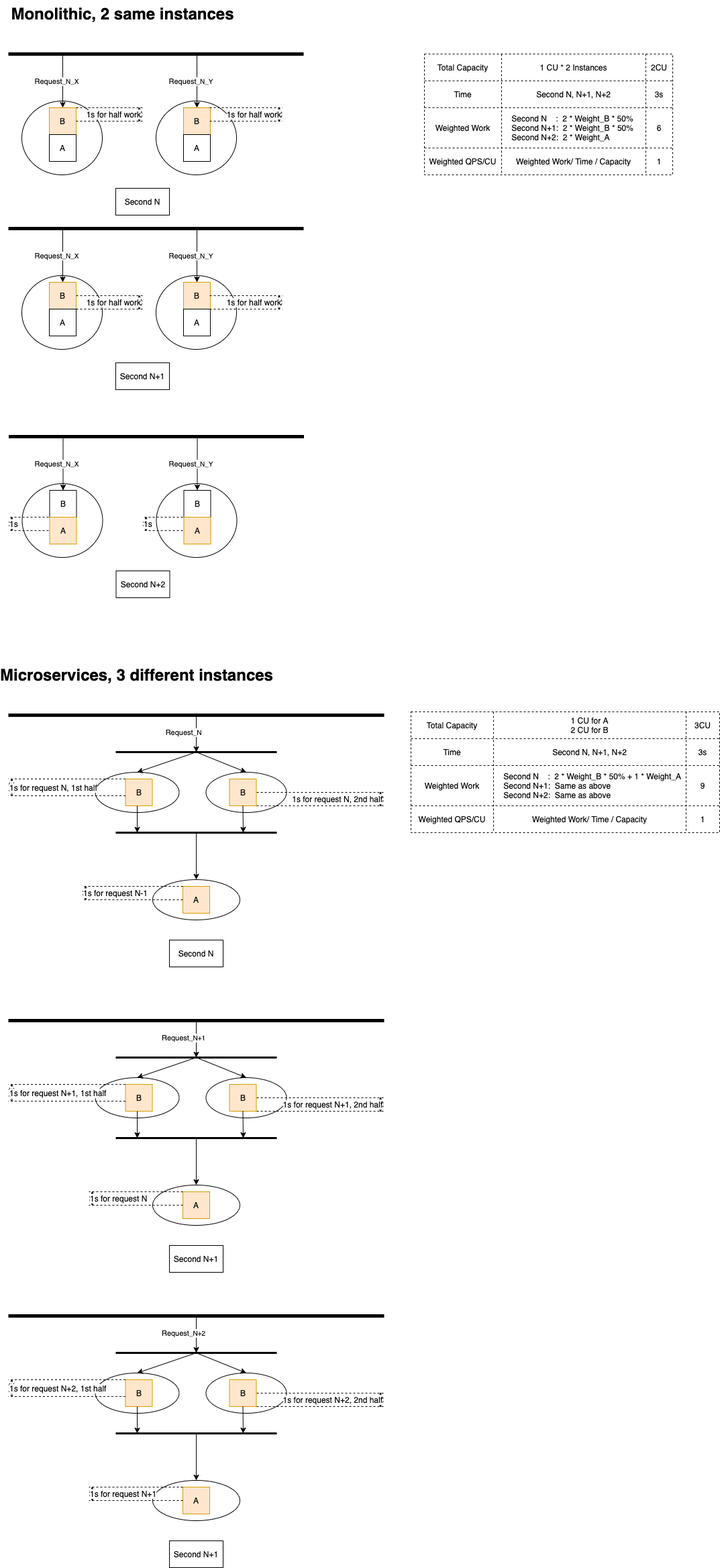
Before: 2021-11-how-independent-scaling-helps-with-performance/with-dep/b-calls-a.drawio.png, a diagram exported from draw.io (chenjianjx/cjx-diagrams). Source tidied: cells renumbered, new cells last; positions are measured from the earlier drawing's top-left corner, leaving out a move shared by most shapes.
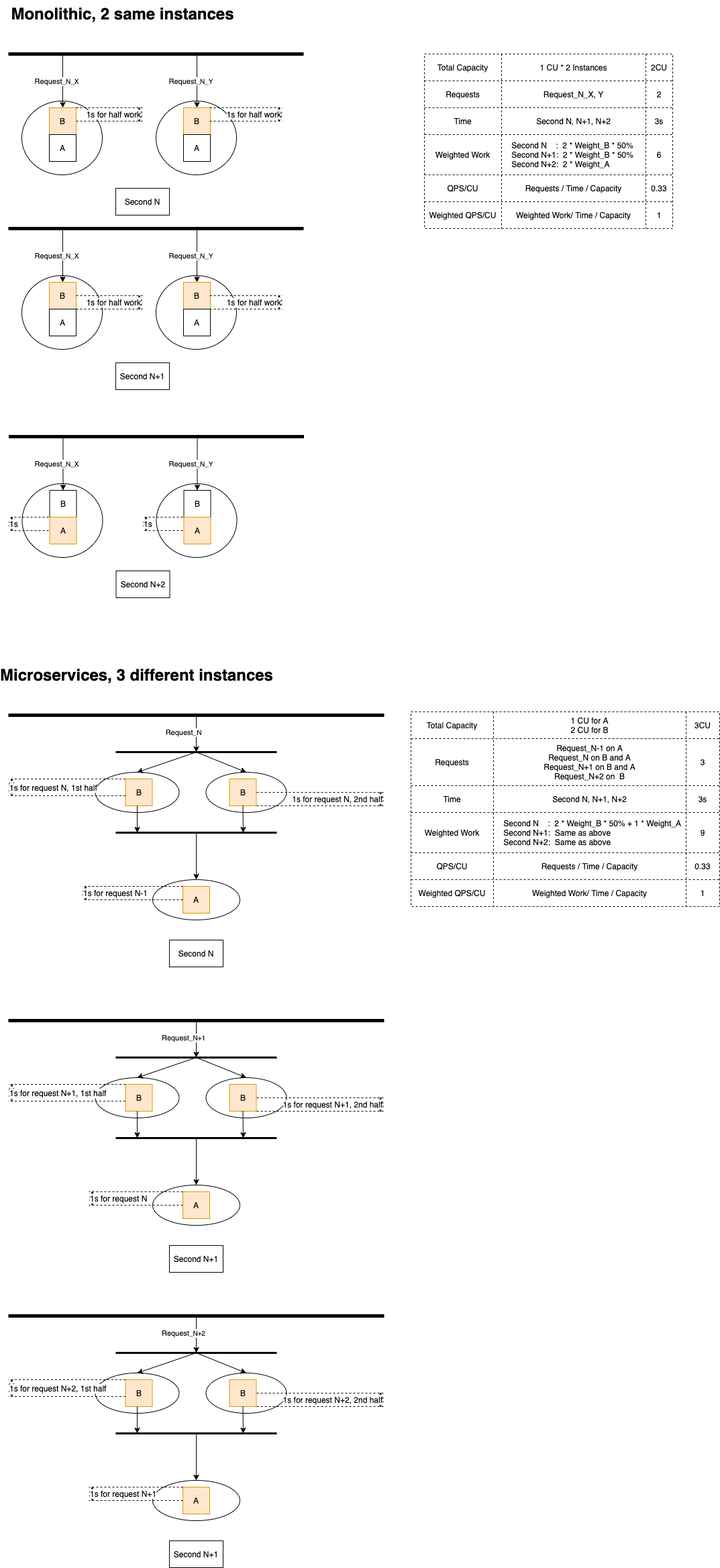
After the commit.

Commit message:
Add QPS for with-dep

Change to the diagram source:
```diff
@@ -40,7 +40,7 @@
       </mxGeometry>
     </mxCell>
     <mxCell id="11" style="shape=table;html=1;whiteSpace=wrap;startSize=0;dashed=1;verticalAlign=bottom;" parent="1" vertex="1">
-      <mxGeometry x="620" y="80" width="370" height="180" as="geometry" />
+      <mxGeometry x="620" y="80" width="370" height="260" as="geometry" />
     </mxCell>
     <mxCell id="12" style="shape=partialRectangle;html=1;whiteSpace=wrap;fillColor=none;top=0;left=0;bottom=0;right=0;" parent="11" vertex="1">
       <mxGeometry width="370" height="40" as="geometry" />
@@ -54,8 +54,20 @@
     <mxCell id="15" value="2CU" style="shape=partialRectangle;html=1;whiteSpace=wrap;fillColor=none;top=0;left=0;bottom=0;right=0;overflow=hidden;" parent="12" vertex="1">
       <mxGeometry x="330" width="40" height="40" as="geometry" />
     </mxCell>
+    <mxCell id="149" style="shape=partialRectangle;html=1;whiteSpace=wrap;fillColor=none;top=0;left=0;bottom=0;right=0;" parent="11" vertex="1">
+      <mxGeometry y="40" width="370" height="40" as="geometry" />
+    </mxCell>
+    <mxCell id="150" value="Requests" style="shape=partialRectangle;html=1;whiteSpace=wrap;fillColor=none;top=0;left=0;bottom=0;right=0;overflow=hidden;" parent="149" vertex="1">
+      <mxGeometry width="115" height="40" as="geometry" />
+    </mxCell>
+    <mxCell id="151" value="&lt;span&gt;Request_N_X, Y&lt;/span&gt;" style="shape=partialRectangle;html=1;whiteSpace=wrap;fillColor=none;top=0;left=0;bottom=0;right=0;overflow=hidden;" parent="149" vertex="1">
+      <mxGeometry x="115" width="215" height="40" as="geometry" />
+    </mxCell>
+    <mxCell id="152" value="2" style="shape=partialRectangle;html=1;whiteSpace=wrap;fillColor=none;top=0;left=0;bottom=0;right=0;overflow=hidden;" parent="149" vertex="1">
+      <mxGeometry x="330" width="40" height="40" as="geometry" />
+    </mxCell>
     <mxCell id="16" style="shape=partialRectangle;html=1;whiteSpace=wrap;fillColor=none;top=0;left=0;bottom=0;right=0;" parent="11" vertex="1">
-      <mxGeometry y="40" width="370" height="40" as="geometry" />
+      <mxGeometry y="80" width="370" height="40" as="geometry" />
     </mxCell>
     <mxCell id="17" value="Time" style="shape=partialRectangle;html=1;whiteSpace=wrap;fillColor=none;top=0;left=0;bottom=0;right=0;overflow=hidden;" parent="16" vertex="1">
       <mxGeometry width="115" height="40" as="geometry" />
@@ -67,7 +79,7 @@
       <mxGeometry x="330" width="40" height="40" as="geometry" />
     </mxCell>
     <mxCell id="20" style="shape=partialRectangle;html=1;whiteSpace=wrap;fillColor=none;top=0;left=0;bottom=0;right=0;" parent="11" vertex="1">
-      <mxGeometry y="80" width="370" height="60" as="geometry" />
+      <mxGeometry y="120" width="370" height="60" as="geometry" />
     </mxCell>
     <mxCell id="21" value="Weighted Work" style="shape=partialRectangle;html=1;whiteSpace=wrap;fillColor=none;top=0;left=0;bottom=0;right=0;overflow=hidden;" parent="20" vertex="1">
       <mxGeometry width="115" height="60" as="geometry" />
@@ -78,8 +90,20 @@
     <mxCell id="23" value="6" style="shape=partialRectangle;html=1;whiteSpace=wrap;fillColor=none;top=0;left=0;bottom=0;right=0;overflow=hidden;" parent="20" vertex="1">
       <mxGeometry x="330" width="40" height="60" as="geometry" />
     </mxCell>
+    <mxCell id="153" style="shape=partialRectangle;html=1;whiteSpace=wrap;fillColor=none;top=0;left=0;bottom=0;right=0;" parent="11" vertex="1">
+      <mxGeometry y="180" width="370" height="40" as="geometry" />
+    </mxCell>
+    <mxCell id="154" value="&lt;span&gt;QPS/CU&lt;/span&gt;" style="shape=partialRectangle;html=1;whiteSpace=wrap;fillColor=none;top=0;left=0;bottom=0;right=0;overflow=hidden;" parent="153" vertex="1">
+      <mxGeometry width="115" height="40" as="geometry" />
+    </mxCell>
+    <mxCell id="155" value="&lt;span&gt;Requests / Time / Capacity&lt;/span&gt;" style="shape=partialRectangle;html=1;whiteSpace=wrap;fillColor=none;top=0;left=0;bottom=0;right=0;overflow=hidden;" parent="153" vertex="1">
+      <mxGeometry x="115" width="215" height="40" as="geometry" />
+    </mxCell>
+    <mxCell id="156" value="&lt;span&gt;0.33&lt;/span&gt;" style="shape=partialRectangle;html=1;whiteSpace=wrap;fillColor=none;top=0;left=0;bottom=0;right=0;overflow=hidden;" parent="153" vertex="1">
+      <mxGeometry x="330" width="40" height="40" as="geometry" />
+    </mxCell>
     <mxCell id="24" style="shape=partialRectangle;html=1;whiteSpace=wrap;fillColor=none;top=0;left=0;bottom=0;right=0;" parent="11" vertex="1">
-      <mxGeometry y="140" width="370" height="40" as="geometry" />
+      <mxGeometry y="220" width="370" height="40" as="geometry" />
     </mxCell>
     <mxCell id="25" value="Weighted QPS/CU" style="shape=partialRectangle;html=1;whiteSpace=wrap;fillColor=none;top=0;left=0;bottom=0;right=0;overflow=hidden;" parent="24" vertex="1">
       <mxGeometry width="115" height="40" as="geometry" />
@@ -226,7 +250,7 @@
       <mxGeometry x="240" y="1400" width="80" height="40" as="geometry" />
     </mxCell>
     <mxCell id="63" style="shape=table;html=1;whiteSpace=wrap;startSize=0;dashed=1;verticalAlign=bottom;" parent="1" vertex="1">
-      <mxGeometry x="600" y="1060" width="460" height="180" as="geometry" />
+      <mxGeometry x="600" y="1060" width="460" height="290" as="geometry" />
     </mxCell>
     <mxCell id="64" style="shape=partialRectangle;html=1;whiteSpace=wrap;fillColor=none;top=0;left=0;bottom=0;right=0;" parent="63" vertex="1">
       <mxGeometry width="460" height="40" as="geometry" />
@@ -240,8 +264,20 @@
     <mxCell id="67" value="3CU" style="shape=partialRectangle;html=1;whiteSpace=wrap;fillColor=none;top=0;left=0;bottom=0;right=0;overflow=hidden;" parent="64" vertex="1">
       <mxGeometry x="410" width="50" height="40" as="geometry" />
     </mxCell>
+    <mxCell id="157" style="shape=partialRectangle;html=1;whiteSpace=wrap;fillColor=none;top=0;left=0;bottom=0;right=0;" parent="63" vertex="1">
+      <mxGeometry y="40" width="460" height="70" as="geometry" />
+    </mxCell>
+    <mxCell id="158" value="Requests" style="shape=partialRectangle;html=1;whiteSpace=wrap;fillColor=none;top=0;left=0;bottom=0;right=0;overflow=hidden;" parent="157" vertex="1">
+      <mxGeometry width="123" height="70" as="geometry" />
+    </mxCell>
+    <mxCell id="159" value="Request_N-1 on A&lt;span&gt;&lt;br&gt;Request_N on B and A&lt;/span&gt;&lt;br&gt;Request_N+1 on B and A&lt;br&gt;&lt;span&gt;Request_N+2 on&amp;nbsp; B&lt;/span&gt;" style="shape=partialRectangle;html=1;whiteSpace=wrap;fillColor=none;top=0;left=0;bottom=0;right=0;overflow=hidden;" parent="157" vertex="1">
+      <mxGeometry x="123" width="287" height="70" as="geometry" />
+    </mxCell>
+    <mxCell id="160" value="3" style="shape=partialRectangle;html=1;whiteSpace=wrap;fillColor=none;top=0;left=0;bottom=0;right=0;overflow=hidden;" parent="157" vertex="1">
+      <mxGeometry x="410" width="50" height="70" as="geometry" />
+    </mxCell>
     <mxCell id="68" style="shape=partialRectangle;html=1;whiteSpace=wrap;fillColor=none;top=0;left=0;bottom=0;right=0;" parent="63" vertex="1">
-      <mxGeometry y="40" width="460" height="40" as="geometry" />
+      <mxGeometry y="110" width="460" height="40" as="geometry" />
     </mxCell>
     <mxCell id="69" value="Time" style="shape=partialRectangle;html=1;whiteSpace=wrap;fillColor=none;top=0;left=0;bottom=0;right=0;overflow=hidden;" parent="68" vertex="1">
       <mxGeometry width="123" height="40" as="geometry" />
@@ -253,7 +289,7 @@
       <mxGeometry x="410" width="50" height="40" as="geometry" />
     </mxCell>
     <mxCell id="72" style="shape=partialRectangle;html=1;whiteSpace=wrap;fillColor=none;top=0;left=0;bottom=0;right=0;" parent="63" vertex="1">
-      <mxGeometry y="80" width="460" height="60" as="geometry" />
+      <mxGeometry y="150" width="460" height="60" as="geometry" />
     </mxCell>
     <mxCell id="73" value="Weighted Work" style="shape=partialRectangle;html=1;whiteSpace=wrap;fillColor=none;top=0;left=0;bottom=0;right=0;overflow=hidden;" parent="72" vertex="1">
       <mxGeometry width="123" height="60" as="geometry" />
@@ -264,8 +300,20 @@
     <mxCell id="75" value="9" style="shape=partialRectangle;html=1;whiteSpace=wrap;fillColor=none;top=0;left=0;bottom=0;right=0;overflow=hidden;" parent="72" vertex="1">
       <mxGeometry x="410" width="50" height="60" as="geometry" />
     </mxCell>
+    <mxCell id="161" style="shape=partialRectangle;html=1;whiteSpace=wrap;fillColor=none;top=0;left=0;bottom=0;right=0;" parent="63" vertex="1">
+      <mxGeometry y="210" width="460" height="40" as="geometry" />
+    </mxCell>
+    <mxCell id="162" value="&lt;span&gt;QPS/CU&lt;/span&gt;" style="shape=partialRectangle;html=1;whiteSpace=wrap;fillColor=none;top=0;left=0;bottom=0;right=0;overflow=hidden;" parent="161" vertex="1">
+      <mxGeometry width="123" height="40" as="geometry" />
+    </mxCell>
+    <mxCell id="163" value="&lt;span&gt;Requests / Time / Capacity&lt;/span&gt;" style="shape=partialRectangle;html=1;whiteSpace=wrap;fillColor=none;top=0;left=0;bottom=0;right=0;overflow=hidden;" parent="161" vertex="1">
+      <mxGeometry x="123" width="287" height="40" as="geometry" />
+    </mxCell>
+    <mxCell id="164" value="0.33" style="shape=partialRectangle;html=1;whiteSpace=wrap;fillColor=none;top=0;left=0;bottom=0;right=0;overflow=hidden;" parent="161" vertex="1">
+      <mxGeometry x="410" width="50" height="40" as="geometry" />
+    </mxCell>
     <mxCell id="76" style="shape=partialRectangle;html=1;whiteSpace=wrap;fillColor=none;top=0;left=0;bottom=0;right=0;" parent="63" vertex="1">
-      <mxGeometry y="140" width="460" height="40" as="geometry" />
+      <mxGeometry y="250" width="460" height="40" as="geometry" />
     </mxCell>
     <mxCell id="77" value="Weighted QPS/CU" style="shape=partialRectangle;html=1;whiteSpace=wrap;fillColor=none;top=0;left=0;bottom=0;right=0;overflow=hidden;" parent="76" vertex="1">
       <mxGeometry width="123" height="40" as="geometry" />
```
